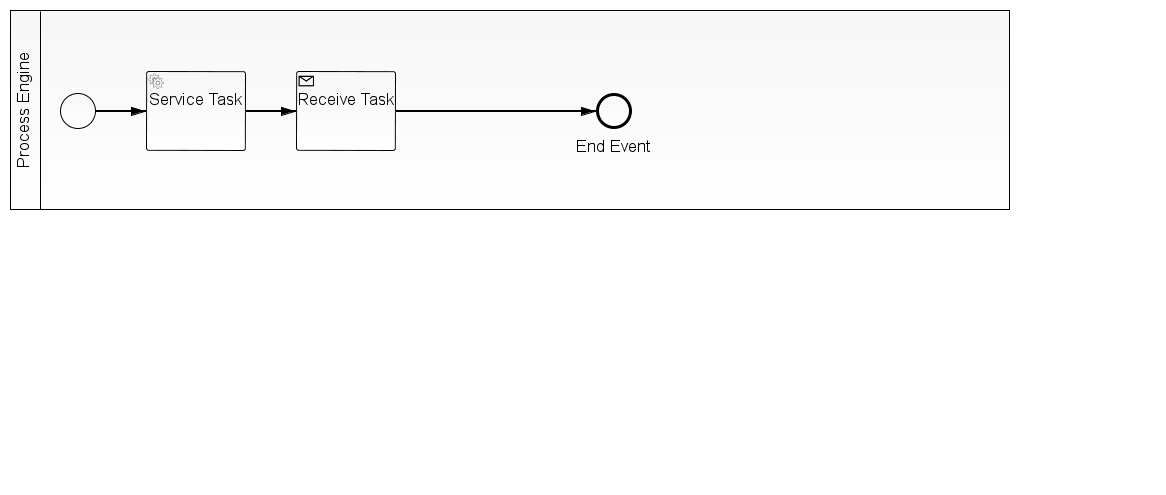
The BPMN diagram snippets/asynchronous-messaging-rabbitmq/src/main/resources/process.png in camunda-consulting/camunda-7-code-examples, before a commit. Its source is kept beside it as snippets/asynchronous-messaging-rabbitmq/src/main/resources/process.bpmn. Ids are renumbered.
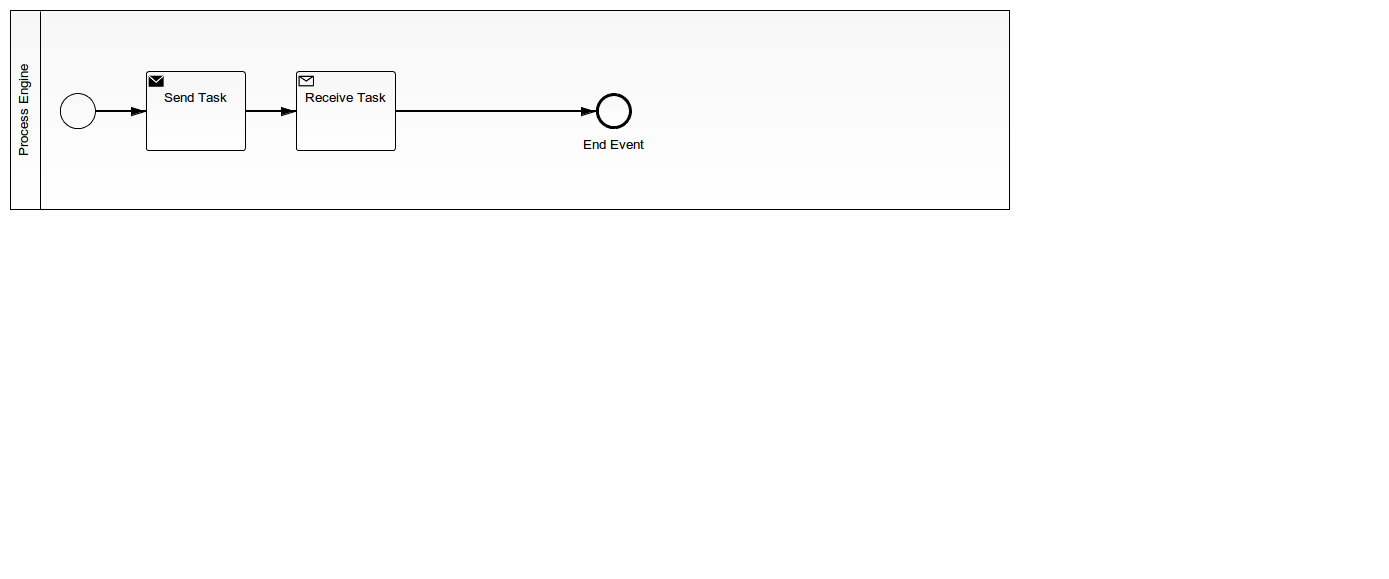
Above is the later version.

Commit message:
Switch task types

Change to the diagram source:
```diff
@@ -1,4 +1,4 @@
-<bpmn2:definitions xmlns:xsi="http://www.w3.org/2001/XMLSchema-instance" xmlns:camunda="http://activiti.org/bpmn" xmlns:bpmn2="http://www.omg.org/spec/BPMN/20100524/MODEL" xmlns:bpmndi="http://www.omg.org/spec/BPMN/20100524/DI" xmlns:dc="http://www.omg.org/spec/DD/20100524/DC" xmlns:di="http://www.omg.org/spec/DD/20100524/DI" xsi:schemaLocation="http://www.omg.org/spec/BPMN/20100524/MODEL BPMN20.xsd" id="Definitions_1" targetNamespace="http://activiti.org/bpmn">
+<bpmn2:definitions xmlns:xsi="http://www.w3.org/2001/XMLSchema-instance" xmlns:bpmn2="http://www.omg.org/spec/BPMN/20100524/MODEL" xmlns:bpmndi="http://www.omg.org/spec/BPMN/20100524/DI" xmlns:camunda="http://activiti.org/bpmn" xmlns:dc="http://www.omg.org/spec/DD/20100524/DC" xmlns:di="http://www.omg.org/spec/DD/20100524/DI" xsi:schemaLocation="http://www.omg.org/spec/BPMN/20100524/MODEL BPMN20.xsd" id="Definitions_1" exporter="camunda modeler" exporterVersion="2.7.0" targetNamespace="http://activiti.org/bpmn">
   <bpmn2:collaboration id="Collaboration_1" name="Default Collaboration">
     <bpmn2:participant id="Process_Engine" name="Process Engine" processRef="asynchronous-messaging-rabbitmq"/>
   </bpmn2:collaboration>
@@ -6,16 +6,16 @@
     <bpmn2:startEvent id="StartEvent_1">
       <bpmn2:outgoing>SequenceFlow_3</bpmn2:outgoing>
     </bpmn2:startEvent>
-    <bpmn2:serviceTask id="ServiceTask_1" camunda:delegateExpression="#{rabbitMQ}" name="Service Task">
+    <bpmn2:sendTask id="SendTask_1" camunda:delegateExpression="#{rabbitMQ}" name="Send Task">
       <bpmn2:incoming>SequenceFlow_3</bpmn2:incoming>
       <bpmn2:outgoing>SequenceFlow_1</bpmn2:outgoing>
-    </bpmn2:serviceTask>
-    <bpmn2:sequenceFlow id="SequenceFlow_3" sourceRef="StartEvent_1" targetRef="ServiceTask_1"/>
+    </bpmn2:sendTask>
+    <bpmn2:sequenceFlow id="SequenceFlow_3" sourceRef="StartEvent_1" targetRef="SendTask_1"/>
     <bpmn2:receiveTask id="ReceiveTask_1" name="Receive Task">
       <bpmn2:incoming>SequenceFlow_1</bpmn2:incoming>
       <bpmn2:outgoing>SequenceFlow_5</bpmn2:outgoing>
     </bpmn2:receiveTask>
-    <bpmn2:sequenceFlow id="SequenceFlow_1" sourceRef="ServiceTask_1" targetRef="ReceiveTask_1"/>
+    <bpmn2:sequenceFlow id="SequenceFlow_1" sourceRef="SendTask_1" targetRef="ReceiveTask_1"/>
     <bpmn2:endEvent id="EndEvent_1" name="End Event">
       <bpmn2:incoming>SequenceFlow_5</bpmn2:incoming>
     </bpmn2:endEvent>
@@ -32,7 +32,7 @@
           <dc:Bounds height="6.0" width="6.0" x="78.0" y="131.0"/>
         </bpmndi:BPMNLabel>
       </bpmndi:BPMNShape>
-      <bpmndi:BPMNShape id="_BPMNShape_ServiceTask_4" bpmnElement="ServiceTask_1">
+      <bpmndi:BPMNShape id="_BPMNShape_ServiceTask_4" bpmnElement="SendTask_1">
         <dc:Bounds height="80.0" width="100.0" x="146.0" y="71.0"/>
       </bpmndi:BPMNShape>
       <bpmndi:BPMNEdge id="BPMNEdge_SequenceFlow_3" bpmnElement="SequenceFlow_3" sourceElement="BPMNShape_StartEvent_1" targetElement="_BPMNShape_ServiceTask_4">
```
